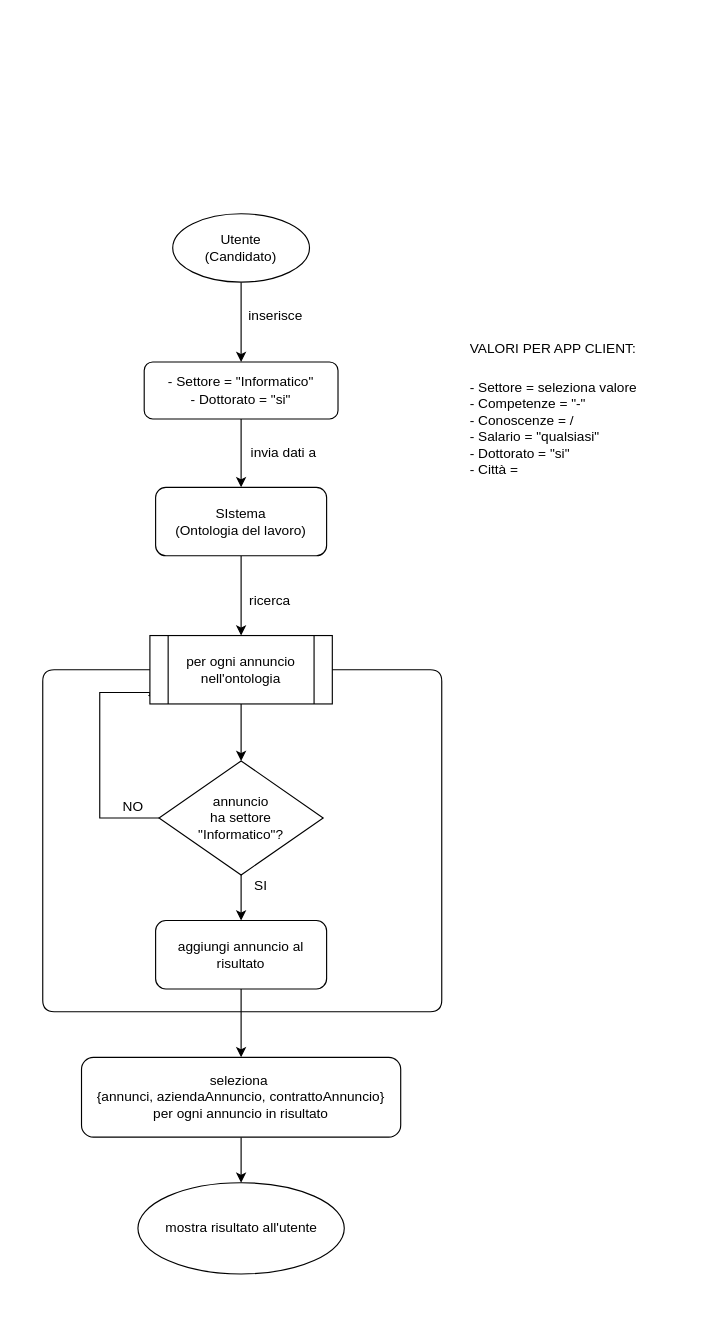
salvo1196/ModSemProject keeps this draw.io diagram as flowcharts/candidato/candidato query 3.drawio. Above is the earlier version. Source tidied: cells renumbered, new cells numbered last; positions are measured from the earlier drawing's top-left corner, leaving out a move shared by most shapes. Both pictures are drawn from the tidied source at 114%, with x=0, y=0 at pixel (42, 213).
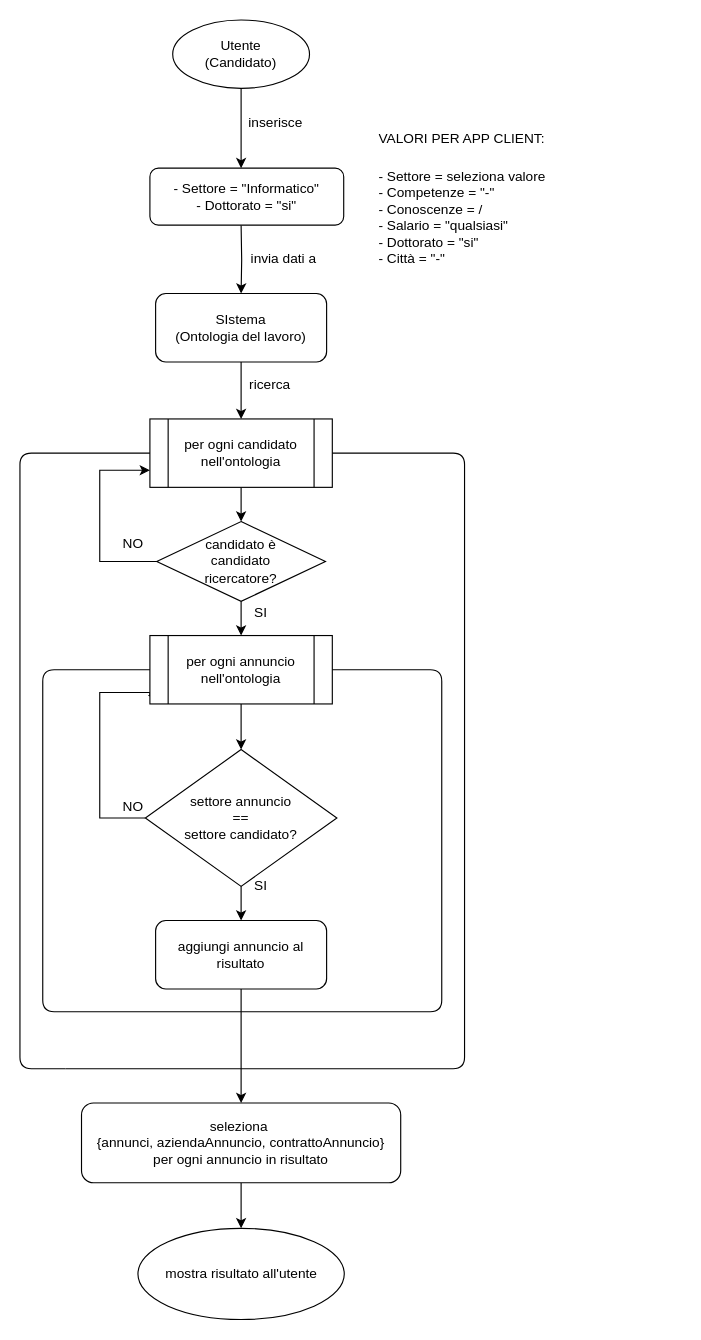
The same diagram, later.

The change refers to these unchanged cells:
```xml
<mxCell id="15" value="per ogni annuncio nell'ontologia" style="shape=process;whiteSpace=wrap;html=1;backgroundOutline=1;" parent="1" vertex="1">
  <mxGeometry x="94" y="370" width="160" height="60" as="geometry" />
</mxCell>
```

The edit, as a diff of the source:
```diff
@@
-    <mxCell id="2" style="edgeStyle=orthogonalEdgeStyle;rounded=0;jettySize=auto;html=1;" parent="1" edge="1" source="3" target="6">
-      <mxGeometry relative="1" as="geometry" />
+    <mxCell id="2" style="edgeStyle=orthogonalEdgeStyle;rounded=0;jettySize=auto;html=1;" parent="1" edge="1" source="3">
+      <mxGeometry relative="1" as="geometry">
+        <mxPoint x="174" y="-40" as="targetPoint" />
+      </mxGeometry>
     </mxCell>
     <mxCell id="3" value="Utente&lt;br&gt;(Candidato)" style="ellipse;whiteSpace=wrap;html=1;" parent="1" vertex="1">
-      <mxGeometry x="114" width="120" height="60" as="geometry" />
+      <mxGeometry x="114" y="-170" width="120" height="60" as="geometry" />
     </mxCell>
     <mxCell id="4" value="inserisce" style="text;html=1;align=center;verticalAlign=middle;" parent="1" vertex="1">
-      <mxGeometry x="174" y="80" width="60" height="20" as="geometry" />
+      <mxGeometry x="174" y="-90" width="60" height="20" as="geometry" />
     </mxCell>
-    <mxCell id="5" style="edgeStyle=orthogonalEdgeStyle;rounded=0;jettySize=auto;html=1;" parent="1" edge="1" source="6" target="12">
-      <mxGeometry relative="1" as="geometry" />
+    <mxCell id="5" style="edgeStyle=orthogonalEdgeStyle;rounded=0;jettySize=auto;html=1;" parent="1" edge="1" target="12">
+      <mxGeometry relative="1" as="geometry">
+        <mxPoint x="174" y="10" as="sourcePoint" />
+      </mxGeometry>
     </mxCell>
     <mxCell id="6" value="- Settore = &quot;Informatico&quot;&lt;br&gt;- Dottorato = &quot;si&quot;" style="rounded=1;whiteSpace=wrap;html=1;" parent="1" vertex="1">
-      <mxGeometry x="89" y="130" width="170" height="50" as="geometry" />
+      <mxGeometry x="94" y="-40" width="170" height="50" as="geometry" />
     </mxCell>
@@
-    <mxCell id="9" value="annuncio&lt;br&gt;ha settore&lt;br&gt;&quot;Informatico&quot;?" style="rhombus;whiteSpace=wrap;html=1;" parent="1" vertex="1">
-      <mxGeometry x="102" y="480" width="144" height="100" as="geometry" />
+    <mxCell id="9" value="settore annuncio&lt;br&gt;==&lt;br&gt;settore candidato?" style="rhombus;whiteSpace=wrap;html=1;" parent="1" vertex="1">
+      <mxGeometry x="90" y="470" width="168" height="120" as="geometry" />
     </mxCell>
     <mxCell id="10" value="invia dati a" style="text;html=1;align=center;verticalAlign=middle;" parent="1" vertex="1">
-      <mxGeometry x="176" y="200" width="70" height="20" as="geometry" />
+      <mxGeometry x="176" y="30" width="70" height="20" as="geometry" />
     </mxCell>
-    <mxCell id="11" style="edgeStyle=orthogonalEdgeStyle;rounded=0;jettySize=auto;html=1;entryX=0.5;entryY=0;entryDx=0;entryDy=0;" parent="1" edge="1" source="12" target="15">
-      <mxGeometry relative="1" as="geometry" />
-    </mxCell>
+    <mxCell id="27" style="edgeStyle=orthogonalEdgeStyle;rounded=0;jettySize=auto;html=1;entryX=0.5;entryY=0;entryDx=0;entryDy=0;" parent="1" edge="1" source="12" target="29">
+      <mxGeometry relative="1" as="geometry" />
+    </mxCell>
     <mxCell id="12" value="SIstema&lt;br&gt;(Ontologia del lavoro)" style="rounded=1;whiteSpace=wrap;html=1;" parent="1" vertex="1">
-      <mxGeometry x="99" y="240" width="150" height="60" as="geometry" />
+      <mxGeometry x="99" y="70" width="150" height="60" as="geometry" />
     </mxCell>
     <mxCell id="13" value="ricerca" style="text;html=1;align=center;verticalAlign=middle;" parent="1" vertex="1">
-      <mxGeometry x="174" y="330" width="50" height="20" as="geometry" />
+      <mxGeometry x="174" y="140" width="50" height="20" as="geometry" />
     </mxCell>
@@
     <mxCell id="21" value="mostra risultato all'utente&lt;span&gt;&lt;br&gt;&lt;/span&gt;" style="ellipse;whiteSpace=wrap;html=1;" parent="1" vertex="1">
-      <mxGeometry x="83.5" y="850" width="181" height="80" as="geometry" />
+      <mxGeometry x="83.5" y="890" width="181" height="80" as="geometry" />
     </mxCell>
@@
-    <mxCell id="24" value="&lt;h1&gt;&lt;span style=&quot;font-size: 12px ; font-weight: 400&quot;&gt;VALORI PER APP CLIENT:&lt;/span&gt;&lt;br&gt;&lt;/h1&gt;&lt;div&gt;- Settore = seleziona valore&lt;/div&gt;&lt;div&gt;- Competenze = &quot;-&quot;&lt;/div&gt;&lt;div&gt;- Conoscenze = /&lt;/div&gt;&lt;div&gt;- Salario = &quot;qualsiasi&quot;&lt;/div&gt;&lt;div&gt;- Dottorato = &quot;si&quot;&lt;/div&gt;&lt;div&gt;- Città =&amp;nbsp;&lt;/div&gt;" style="text;html=1;strokeColor=none;fillColor=none;spacing=5;spacingTop=-20;whiteSpace=wrap;overflow=hidden;rounded=0;" parent="1" vertex="1">
-      <mxGeometry x="370" y="95" width="190" height="165" as="geometry" />
+    <mxCell id="24" value="&lt;h1&gt;&lt;span style=&quot;font-size: 12px ; font-weight: 400&quot;&gt;VALORI PER APP CLIENT:&lt;/span&gt;&lt;br&gt;&lt;/h1&gt;&lt;div&gt;- Settore = seleziona valore&lt;/div&gt;&lt;div&gt;- Competenze = &quot;-&quot;&lt;/div&gt;&lt;div&gt;- Conoscenze = /&lt;/div&gt;&lt;div&gt;- Salario = &quot;qualsiasi&quot;&lt;/div&gt;&lt;div&gt;- Dottorato = &quot;si&quot;&lt;/div&gt;&lt;div&gt;- Città = &quot;-&quot;&lt;/div&gt;" style="text;html=1;strokeColor=none;fillColor=none;spacing=5;spacingTop=-20;whiteSpace=wrap;overflow=hidden;rounded=0;" parent="1" vertex="1">
+      <mxGeometry x="290" y="-90" width="190" height="165" as="geometry" />
     </mxCell>
@@
     <mxCell id="26" value="&lt;span&gt;seleziona&amp;nbsp;&lt;/span&gt;&lt;br&gt;&lt;span&gt;{annunci,&amp;nbsp;aziendaAnnuncio,&amp;nbsp;contrattoAnnuncio}&lt;/span&gt;&lt;br&gt;&lt;span&gt;per ogni annuncio in risultato&lt;/span&gt;" style="rounded=1;whiteSpace=wrap;html=1;" parent="1" vertex="1">
-      <mxGeometry x="34" y="740" width="280" height="70" as="geometry" />
+      <mxGeometry x="34" y="780" width="280" height="70" as="geometry" />
     </mxCell>
+    <mxCell id="28" style="edgeStyle=orthogonalEdgeStyle;rounded=0;jettySize=auto;html=1;entryX=0.5;entryY=0;entryDx=0;entryDy=0;" parent="1" edge="1" source="29" target="34">
+      <mxGeometry relative="1" as="geometry" />
+    </mxCell>
+    <mxCell id="29" value="per ogni candidato nell'ontologia" style="shape=process;whiteSpace=wrap;html=1;backgroundOutline=1;" parent="1" vertex="1">
+      <mxGeometry x="94" y="180" width="160" height="60" as="geometry" />
+    </mxCell>
+    <mxCell id="30" style="endArrow=none;html=1;entryX=0;entryY=0.5;entryDx=0;entryDy=0;" parent="1" edge="1" target="29">
+      <mxGeometry relative="1" as="geometry">
+        <mxPoint x="20" y="750" as="sourcePoint" />
+        <Array as="points">
+          <mxPoint x="-20" y="750" />
+          <mxPoint x="-20" y="210" />
+        </Array>
+      </mxGeometry>
+    </mxCell>
+    <mxCell id="31" style="endArrow=none;html=1;entryX=1;entryY=0.5;entryDx=0;entryDy=0;" parent="1" edge="1" target="29">
+      <mxGeometry relative="1" as="geometry">
+        <mxPoint x="20" y="750" as="sourcePoint" />
+        <Array as="points">
+          <mxPoint x="370" y="750" />
+          <mxPoint x="370" y="210" />
+        </Array>
+      </mxGeometry>
+    </mxCell>
+    <mxCell id="32" style="edgeStyle=orthogonalEdgeStyle;rounded=0;jettySize=auto;html=1;" parent="1" edge="1" source="34" target="15">
+      <mxGeometry relative="1" as="geometry" />
+    </mxCell>
+    <mxCell id="33" style="edgeStyle=orthogonalEdgeStyle;rounded=0;jettySize=auto;html=1;entryX=0;entryY=0.75;entryDx=0;entryDy=0;" parent="1" edge="1" source="34" target="29">
+      <mxGeometry relative="1" as="geometry">
+        <Array as="points">
+          <mxPoint x="50" y="305" />
+          <mxPoint x="50" y="225" />
+        </Array>
+      </mxGeometry>
+    </mxCell>
+    <mxCell id="34" value="candidato è&lt;br&gt;candidato &lt;br&gt;ricercatore?" style="rhombus;whiteSpace=wrap;html=1;" parent="1" vertex="1">
+      <mxGeometry x="100" y="270" width="148" height="70" as="geometry" />
+    </mxCell>
+    <mxCell id="35" value="SI" style="text;html=1;align=center;verticalAlign=middle;" parent="1" vertex="1">
+      <mxGeometry x="176" y="340" width="30" height="20" as="geometry" />
+    </mxCell>
+    <mxCell id="36" value="NO" style="text;html=1;align=center;verticalAlign=middle;" parent="1" vertex="1">
+      <mxGeometry x="64" y="280" width="30" height="20" as="geometry" />
+    </mxCell>
```
